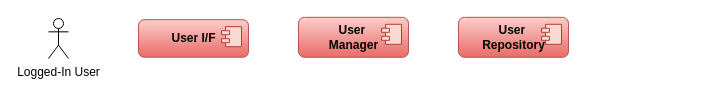
The draw.io diagram page "SAD SUC-2" (3 of 3) of SAD Sequence Diagrams.drawio in Itaybarbar/myProject, before the edit. Source tidied: cells renumbered, new cells numbered last; positions are measured from the earlier drawing's top-left corner, leaving out a move shared by most shapes. Both pictures are drawn from the tidied source at 100%, with x=0, y=0 at pixel (48, 17).
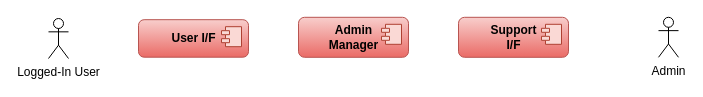
After the change.

Change to the diagram source:
```diff
@@
 <mxGraphModel>
   <root>
     <mxCell id="0" />
     <mxCell id="1" parent="0" />
     <mxCell id="2" value="Logged-In User" style="shape=umlActor;verticalLabelPosition=bottom;verticalAlign=top;html=1;" parent="1" vertex="1">
       <mxGeometry y="1" width="20" height="40" as="geometry" />
     </mxCell>
     <mxCell id="3" value="&lt;font size=&quot;1&quot;&gt;&lt;b style=&quot;font-size: 12px&quot;&gt;User I/F&lt;/b&gt;&lt;/font&gt;" style="html=1;rounded=1;strokeWidth=1;fillColor=#f8cecc;gradientColor=#ea6b66;strokeColor=#b85450;" parent="1" vertex="1">
       <mxGeometry x="90" y="2.2" width="110" height="37.5" as="geometry" />
     </mxCell>
     <mxCell id="4" style="shape=module;jettyWidth=8;jettyHeight=4;fillColor=#fad9d5;strokeColor=#ae4132;" parent="3" vertex="1">
       <mxGeometry x="1" width="20" height="20" relative="1" as="geometry">
         <mxPoint x="-27" y="7" as="offset" />
       </mxGeometry>
     </mxCell>
-    <mxCell id="5" value="&lt;div&gt;&lt;b&gt;&lt;font style=&quot;font-size: 12px&quot;&gt;User&amp;nbsp;&lt;/font&gt;&lt;/b&gt;&lt;/div&gt;&lt;div&gt;&lt;b&gt;&lt;font style=&quot;font-size: 12px&quot;&gt;Manager&lt;/font&gt;&lt;/b&gt;&lt;/div&gt;" style="html=1;rounded=1;strokeWidth=1;fillColor=#f8cecc;gradientColor=#ea6b66;strokeColor=#b85450;align=center;" parent="1" vertex="1">
+    <mxCell id="5" value="&lt;div&gt;&lt;b&gt;&lt;font style=&quot;font-size: 12px&quot;&gt;Admin&lt;/font&gt;&lt;/b&gt;&lt;/div&gt;&lt;div&gt;&lt;b&gt;&lt;font style=&quot;font-size: 12px&quot;&gt;Manager&lt;/font&gt;&lt;/b&gt;&lt;/div&gt;" style="html=1;rounded=1;strokeWidth=1;fillColor=#f8cecc;gradientColor=#ea6b66;strokeColor=#b85450;align=center;" parent="1" vertex="1">
       <mxGeometry x="250" y="-0.2" width="110" height="40" as="geometry" />
     </mxCell>
     <mxCell id="6" style="shape=module;jettyWidth=8;jettyHeight=4;fillColor=#fad9d5;strokeColor=#ae4132;" parent="5" vertex="1">
       <mxGeometry x="1" width="20" height="20" relative="1" as="geometry">
         <mxPoint x="-27" y="7" as="offset" />
       </mxGeometry>
     </mxCell>
-    <mxCell id="7" value="&lt;div&gt;&lt;b&gt;&lt;font style=&quot;font-size: 12px&quot;&gt;User&amp;nbsp;&lt;/font&gt;&lt;/b&gt;&lt;/div&gt;&lt;div&gt;&lt;b&gt;&lt;font style=&quot;font-size: 12px&quot;&gt;Repository&lt;/font&gt;&lt;/b&gt;&lt;/div&gt;" style="html=1;rounded=1;strokeWidth=1;fillColor=#f8cecc;gradientColor=#ea6b66;strokeColor=#b85450;align=center;" parent="1" vertex="1">
-      <mxGeometry x="410" y="-0.2" width="110" height="40" as="geometry" />
-    </mxCell>
-    <mxCell id="8" style="shape=module;jettyWidth=8;jettyHeight=4;fillColor=#fad9d5;strokeColor=#ae4132;" parent="7" vertex="1">
-      <mxGeometry x="1" width="20" height="20" relative="1" as="geometry">
-        <mxPoint x="-27" y="7" as="offset" />
-      </mxGeometry>
-    </mxCell>
+    <mxCell id="9" value="Admin" style="shape=umlActor;verticalLabelPosition=bottom;verticalAlign=top;html=1;" parent="1" vertex="1">
+      <mxGeometry x="610" y="-0.2" width="20" height="40" as="geometry" />
+    </mxCell>
+    <mxCell id="10" value="&lt;div&gt;&lt;b&gt;&lt;font style=&quot;font-size: 12px&quot;&gt;Support&lt;/font&gt;&lt;/b&gt;&lt;/div&gt;&lt;div&gt;&lt;b&gt;&lt;font style=&quot;font-size: 12px&quot;&gt;I/F&lt;/font&gt;&lt;/b&gt;&lt;/div&gt;" style="html=1;rounded=1;strokeWidth=1;fillColor=#f8cecc;gradientColor=#ea6b66;strokeColor=#b85450;align=center;" parent="1" vertex="1">
+      <mxGeometry x="410" y="-0.2" width="110" height="40" as="geometry" />
+    </mxCell>
+    <mxCell id="11" style="shape=module;jettyWidth=8;jettyHeight=4;fillColor=#fad9d5;strokeColor=#ae4132;" parent="10" vertex="1">
+      <mxGeometry x="1" width="20" height="20" relative="1" as="geometry">
+        <mxPoint x="-27" y="7" as="offset" />
+      </mxGeometry>
+    </mxCell>
   </root>
 </mxGraphModel>
```
